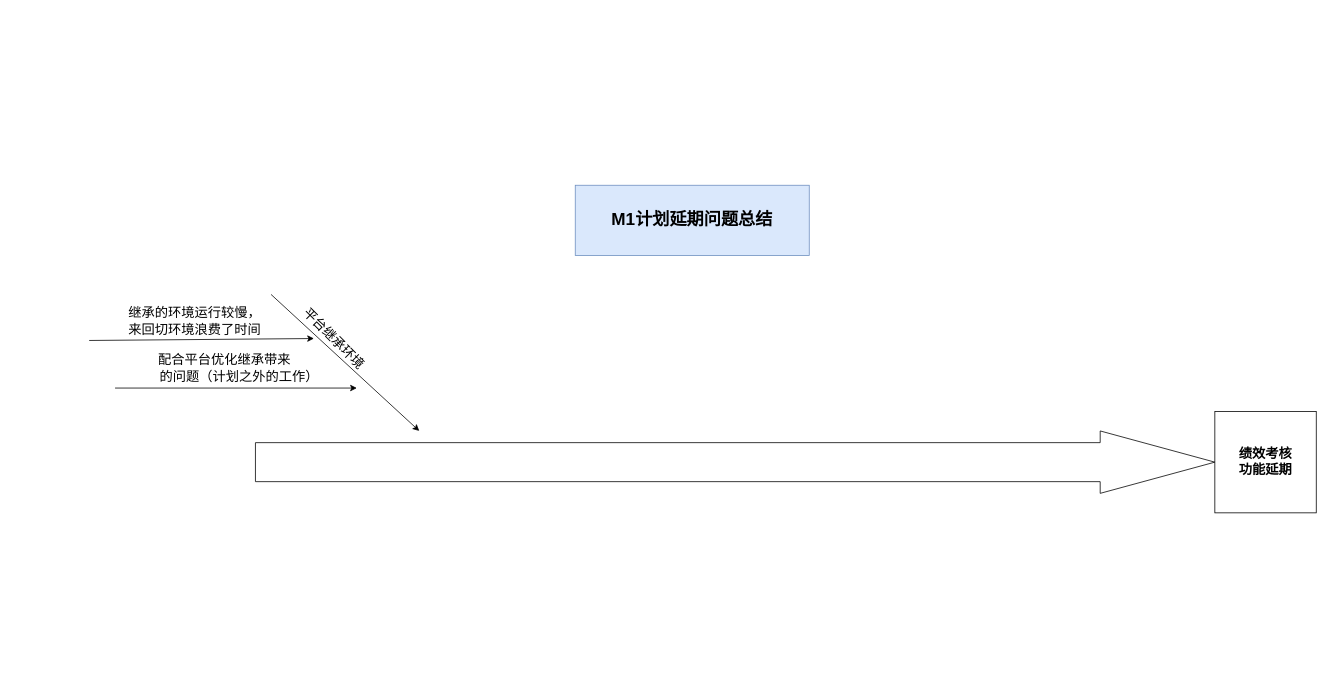
Before: 鱼骨图（2022年1月计划延期说明）.drawio in heianqishizhisuiyuan/diagrams, a draw.io diagram. Source tidied: cells renumbered, new cells numbered last; positions are measured from the earlier drawing's top-left corner, leaving out a move shared by most shapes. Both pictures are drawn from the tidied source at 78%, with x=0, y=0 at pixel (13, 185).
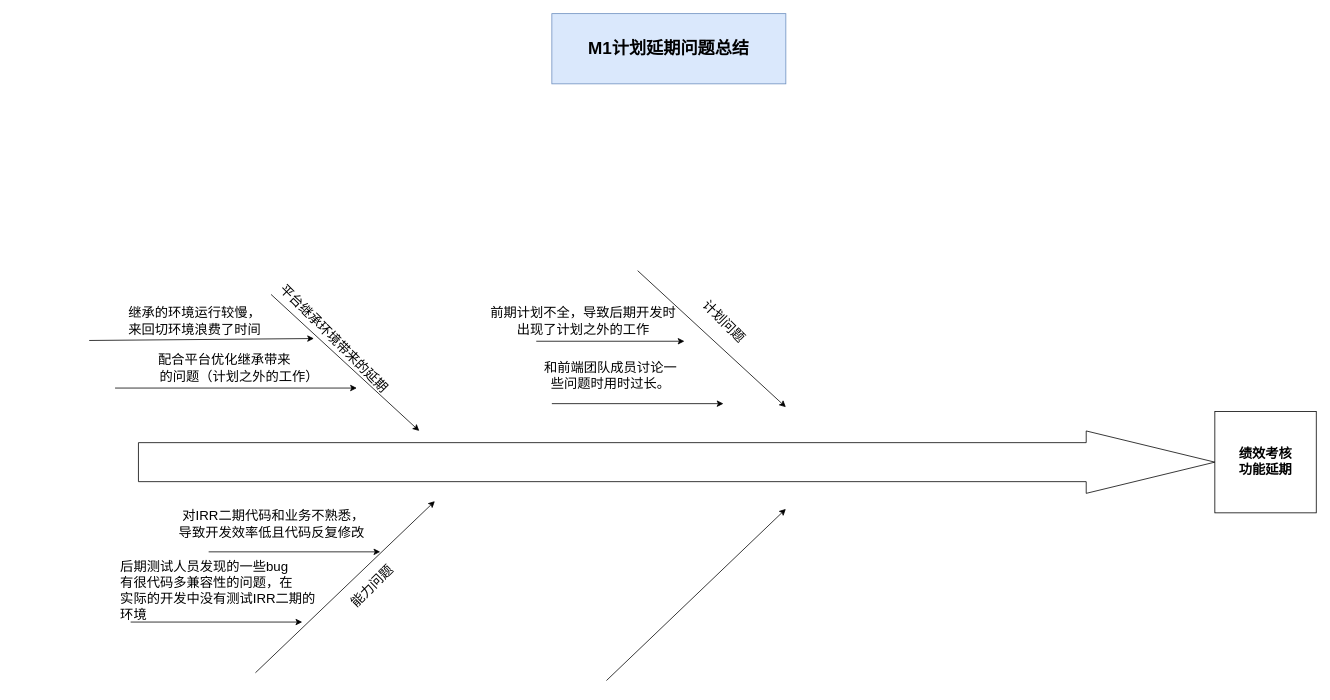
Above is the later version.

What changed in the source:
```diff
@@
     <mxCell id="3" value="M1计划延期问题总结" style="rounded=0;whiteSpace=wrap;html=1;fontStyle=1;fontSize=22;labelBackgroundColor=none;fillColor=#dae8fc;strokeColor=#6c8ebf;" parent="1" vertex="1">
-      <mxGeometry x="720" width="300" height="90" as="geometry" />
+      <mxGeometry x="690" y="-220" width="300" height="90" as="geometry" />
     </mxCell>
     <mxCell id="4" style="shape=singleArrow;whiteSpace=wrap;html=1;labelBackgroundColor=none;fontSize=17;arrowWidth=0.625;arrowSize=0.11951219512195121;" parent="1" vertex="1">
-      <mxGeometry x="310" y="315" width="1230" height="80" as="geometry" />
+      <mxGeometry x="160" y="315" width="1380" height="80" as="geometry" />
     </mxCell>
@@
-    <mxCell id="6" value="平台继承环境" style="text;html=1;align=center;verticalAlign=middle;strokeColor=none;fillColor=none;fontSize=17;rotation=45;" parent="1" vertex="1">
-      <mxGeometry x="350" y="182" width="120" height="30" as="geometry" />
+    <mxCell id="6" value="平台继承环境带来的延期" style="text;html=1;align=center;verticalAlign=middle;strokeColor=none;fillColor=none;fontSize=17;rotation=45;" parent="1" vertex="1">
+      <mxGeometry x="310" y="182" width="200" height="30" as="geometry" />
     </mxCell>
@@
+    <mxCell id="11" style="endArrow=classic;html=1;rounded=0;fontSize=17;" parent="1" edge="1">
+      <mxGeometry relative="1" as="geometry">
+        <mxPoint x="800" y="109.5" as="sourcePoint" />
+        <mxPoint x="990" y="284.5" as="targetPoint" />
+      </mxGeometry>
+    </mxCell>
+    <mxCell id="12" value="计划问题" style="text;html=1;align=center;verticalAlign=middle;strokeColor=none;fillColor=none;fontSize=17;rotation=45;" parent="1" vertex="1">
+      <mxGeometry x="870" y="160" width="80" height="30" as="geometry" />
+    </mxCell>
+    <mxCell id="13" style="endArrow=classic;html=1;rounded=0;fontSize=17;" parent="1" edge="1">
+      <mxGeometry relative="1" as="geometry">
+        <mxPoint x="670" y="200" as="sourcePoint" />
+        <mxPoint x="860" y="200" as="targetPoint" />
+      </mxGeometry>
+    </mxCell>
+    <mxCell id="14" value="前期计划不全，导致后期开发时&lt;br&gt;出现了计划之外的工作" style="text;html=1;align=center;verticalAlign=middle;strokeColor=none;fillColor=none;fontSize=17;" parent="1" vertex="1">
+      <mxGeometry x="605" y="150" width="250" height="50" as="geometry" />
+    </mxCell>
+    <mxCell id="15" style="endArrow=classic;html=1;rounded=0;fontSize=17;" parent="1" edge="1">
+      <mxGeometry relative="1" as="geometry">
+        <mxPoint x="310" y="625" as="sourcePoint" />
+        <mxPoint x="540" y="405" as="targetPoint" />
+      </mxGeometry>
+    </mxCell>
+    <mxCell id="16" value="能力问题" style="text;html=1;align=center;verticalAlign=middle;strokeColor=none;fillColor=none;fontSize=17;rotation=-45;" parent="1" vertex="1">
+      <mxGeometry x="420" y="500" width="80" height="30" as="geometry" />
+    </mxCell>
+    <mxCell id="17" value="&amp;nbsp;对IRR二期代码和业务不熟悉，&lt;br&gt;导致开发效率低且代码反复修改&amp;nbsp; &amp;nbsp;" style="text;html=1;align=left;verticalAlign=middle;strokeColor=none;fillColor=none;fontSize=17;" parent="1" vertex="1">
+      <mxGeometry x="210" y="410" width="270" height="50" as="geometry" />
+    </mxCell>
+    <mxCell id="18" style="endArrow=classic;html=1;rounded=0;fontSize=17;" parent="1" edge="1">
+      <mxGeometry relative="1" as="geometry">
+        <mxPoint x="690" y="280" as="sourcePoint" />
+        <mxPoint x="910" y="280" as="targetPoint" />
+      </mxGeometry>
+    </mxCell>
+    <mxCell id="19" style="endArrow=classic;html=1;rounded=0;fontSize=17;" parent="1" edge="1">
+      <mxGeometry relative="1" as="geometry">
+        <mxPoint x="150" y="560" as="sourcePoint" />
+        <mxPoint x="370" y="560" as="targetPoint" />
+      </mxGeometry>
+    </mxCell>
+    <mxCell id="20" style="endArrow=classic;html=1;rounded=0;fontSize=17;" parent="1" edge="1">
+      <mxGeometry relative="1" as="geometry">
+        <mxPoint x="760" y="635" as="sourcePoint" />
+        <mxPoint x="990" y="415" as="targetPoint" />
+      </mxGeometry>
+    </mxCell>
+    <mxCell id="21" style="endArrow=classic;html=1;rounded=0;fontSize=17;" parent="1" edge="1">
+      <mxGeometry relative="1" as="geometry">
+        <mxPoint x="250" y="470" as="sourcePoint" />
+        <mxPoint x="470" y="470" as="targetPoint" />
+      </mxGeometry>
+    </mxCell>
+    <mxCell id="22" value="和前端团队成员讨论一&lt;br&gt;些问题时用时过长。" style="text;html=1;align=center;verticalAlign=middle;strokeColor=none;fillColor=none;fontSize=17;" parent="1" vertex="1">
+      <mxGeometry x="670" y="220" width="190" height="50" as="geometry" />
+    </mxCell>
+    <mxCell id="23" value="后期测试人员发现的一些bug&lt;br&gt;有很代码多兼容性的问题，在&lt;br&gt;实际的开发中没有测试IRR二期的&lt;br&gt;环境" style="text;html=1;align=left;verticalAlign=middle;strokeColor=none;fillColor=none;fontSize=17;" parent="1" vertex="1">
+      <mxGeometry x="135" y="475" width="270" height="90" as="geometry" />
+    </mxCell>
```
